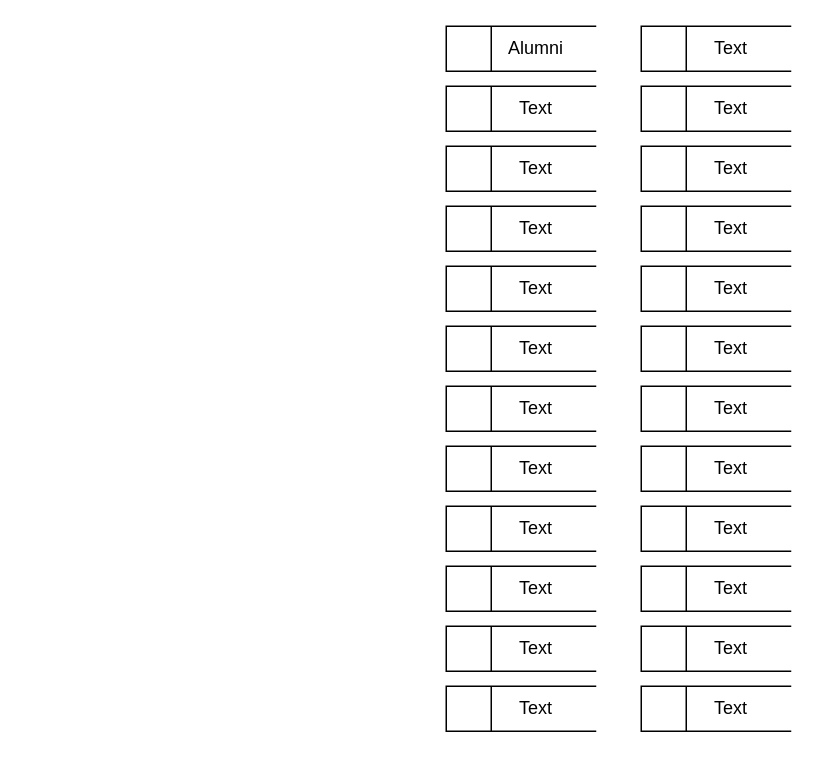
Before: dfdnew.drawio in Jayrou12345/Flowchart, a draw.io diagram. Source tidied: cells renumbered, new cells numbered last; positions are measured from the earlier drawing's top-left corner, leaving out a move shared by most shapes. Both pictures are drawn from the tidied source at 150%, with x=0, y=0 at pixel (446, 26).
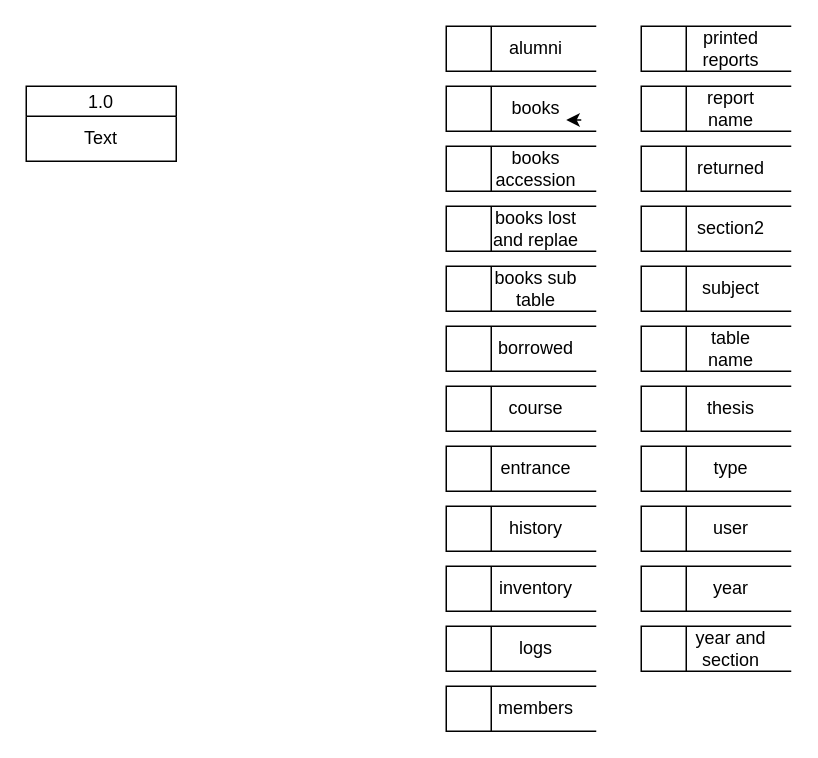
The same page after the edit.

Change to the diagram source:
```diff
@@
-    <mxCell id="3" value="Alumni" style="text;html=1;strokeColor=none;fillColor=none;align=center;verticalAlign=middle;whiteSpace=wrap;rounded=0;" parent="1" vertex="1">
+    <mxCell id="3" value="alumni" style="text;html=1;strokeColor=none;fillColor=none;align=center;verticalAlign=middle;whiteSpace=wrap;rounded=0;" parent="1" vertex="1">
       <mxGeometry x="30" width="60" height="30" as="geometry" />
     </mxCell>
@@
-    <mxCell id="5" value="Text" style="text;html=1;strokeColor=none;fillColor=none;align=center;verticalAlign=middle;whiteSpace=wrap;rounded=0;" parent="1" vertex="1">
+    <mxCell id="5" value="books" style="text;html=1;strokeColor=none;fillColor=none;align=center;verticalAlign=middle;whiteSpace=wrap;rounded=0;" parent="1" vertex="1">
       <mxGeometry x="30" y="40" width="60" height="30" as="geometry" />
     </mxCell>
@@
-    <mxCell id="7" value="Text" style="text;html=1;strokeColor=none;fillColor=none;align=center;verticalAlign=middle;whiteSpace=wrap;rounded=0;" parent="1" vertex="1">
+    <mxCell id="7" value="books accession" style="text;html=1;strokeColor=none;fillColor=none;align=center;verticalAlign=middle;whiteSpace=wrap;rounded=0;" parent="1" vertex="1">
       <mxGeometry x="30" y="80" width="60" height="30" as="geometry" />
     </mxCell>
@@
-    <mxCell id="9" value="Text" style="text;html=1;strokeColor=none;fillColor=none;align=center;verticalAlign=middle;whiteSpace=wrap;rounded=0;" parent="1" vertex="1">
-      <mxGeometry x="30" y="120" width="60" height="30" as="geometry" />
-    </mxCell>
@@
-    <mxCell id="11" value="Text" style="text;html=1;strokeColor=none;fillColor=none;align=center;verticalAlign=middle;whiteSpace=wrap;rounded=0;" parent="1" vertex="1">
+    <mxCell id="11" value="books sub table" style="text;html=1;strokeColor=none;fillColor=none;align=center;verticalAlign=middle;whiteSpace=wrap;rounded=0;" parent="1" vertex="1">
       <mxGeometry x="30" y="160" width="60" height="30" as="geometry" />
     </mxCell>
@@
-    <mxCell id="13" value="Text" style="text;html=1;strokeColor=none;fillColor=none;align=center;verticalAlign=middle;whiteSpace=wrap;rounded=0;" parent="1" vertex="1">
+    <mxCell id="13" value="borrowed" style="text;html=1;strokeColor=none;fillColor=none;align=center;verticalAlign=middle;whiteSpace=wrap;rounded=0;" parent="1" vertex="1">
       <mxGeometry x="30" y="200" width="60" height="30" as="geometry" />
     </mxCell>
@@
-    <mxCell id="15" value="Text" style="text;html=1;strokeColor=none;fillColor=none;align=center;verticalAlign=middle;whiteSpace=wrap;rounded=0;" parent="1" vertex="1">
+    <mxCell id="15" value="course" style="text;html=1;strokeColor=none;fillColor=none;align=center;verticalAlign=middle;whiteSpace=wrap;rounded=0;" parent="1" vertex="1">
       <mxGeometry x="30" y="240" width="60" height="30" as="geometry" />
     </mxCell>
@@
-    <mxCell id="17" value="Text" style="text;html=1;strokeColor=none;fillColor=none;align=center;verticalAlign=middle;whiteSpace=wrap;rounded=0;" parent="1" vertex="1">
+    <mxCell id="17" value="entrance" style="text;html=1;strokeColor=none;fillColor=none;align=center;verticalAlign=middle;whiteSpace=wrap;rounded=0;" parent="1" vertex="1">
       <mxGeometry x="30" y="280" width="60" height="30" as="geometry" />
     </mxCell>
@@
-    <mxCell id="19" value="Text" style="text;html=1;strokeColor=none;fillColor=none;align=center;verticalAlign=middle;whiteSpace=wrap;rounded=0;" parent="1" vertex="1">
+    <mxCell id="19" value="history" style="text;html=1;strokeColor=none;fillColor=none;align=center;verticalAlign=middle;whiteSpace=wrap;rounded=0;" parent="1" vertex="1">
       <mxGeometry x="30" y="320" width="60" height="30" as="geometry" />
     </mxCell>
@@
-    <mxCell id="21" value="Text" style="text;html=1;strokeColor=none;fillColor=none;align=center;verticalAlign=middle;whiteSpace=wrap;rounded=0;" parent="1" vertex="1">
+    <mxCell id="21" value="inventory" style="text;html=1;strokeColor=none;fillColor=none;align=center;verticalAlign=middle;whiteSpace=wrap;rounded=0;" parent="1" vertex="1">
       <mxGeometry x="30" y="360" width="60" height="30" as="geometry" />
     </mxCell>
@@
-    <mxCell id="23" value="Text" style="text;html=1;strokeColor=none;fillColor=none;align=center;verticalAlign=middle;whiteSpace=wrap;rounded=0;" parent="1" vertex="1">
+    <mxCell id="23" value="logs" style="text;html=1;strokeColor=none;fillColor=none;align=center;verticalAlign=middle;whiteSpace=wrap;rounded=0;" parent="1" vertex="1">
       <mxGeometry x="30" y="400" width="60" height="30" as="geometry" />
     </mxCell>
@@
-    <mxCell id="25" value="Text" style="text;html=1;strokeColor=none;fillColor=none;align=center;verticalAlign=middle;whiteSpace=wrap;rounded=0;" parent="1" vertex="1">
+    <mxCell id="25" value="members" style="text;html=1;strokeColor=none;fillColor=none;align=center;verticalAlign=middle;whiteSpace=wrap;rounded=0;" parent="1" vertex="1">
       <mxGeometry x="30" y="440" width="60" height="30" as="geometry" />
     </mxCell>
@@
-    <mxCell id="27" value="Text" style="text;html=1;strokeColor=none;fillColor=none;align=center;verticalAlign=middle;whiteSpace=wrap;rounded=0;" parent="1" vertex="1">
+    <mxCell id="27" value="printed reports" style="text;html=1;strokeColor=none;fillColor=none;align=center;verticalAlign=middle;whiteSpace=wrap;rounded=0;" parent="1" vertex="1">
       <mxGeometry x="160" width="60" height="30" as="geometry" />
     </mxCell>
@@
-    <mxCell id="29" value="Text" style="text;html=1;strokeColor=none;fillColor=none;align=center;verticalAlign=middle;whiteSpace=wrap;rounded=0;" parent="1" vertex="1">
+    <mxCell id="29" value="report name" style="text;html=1;strokeColor=none;fillColor=none;align=center;verticalAlign=middle;whiteSpace=wrap;rounded=0;" parent="1" vertex="1">
       <mxGeometry x="160" y="40" width="60" height="30" as="geometry" />
     </mxCell>
@@
-    <mxCell id="31" value="Text" style="text;html=1;strokeColor=none;fillColor=none;align=center;verticalAlign=middle;whiteSpace=wrap;rounded=0;" parent="1" vertex="1">
+    <mxCell id="31" value="returned" style="text;html=1;strokeColor=none;fillColor=none;align=center;verticalAlign=middle;whiteSpace=wrap;rounded=0;" parent="1" vertex="1">
       <mxGeometry x="160" y="80" width="60" height="30" as="geometry" />
     </mxCell>
@@
-    <mxCell id="33" value="Text" style="text;html=1;strokeColor=none;fillColor=none;align=center;verticalAlign=middle;whiteSpace=wrap;rounded=0;" parent="1" vertex="1">
+    <mxCell id="33" value="section2" style="text;html=1;strokeColor=none;fillColor=none;align=center;verticalAlign=middle;whiteSpace=wrap;rounded=0;" parent="1" vertex="1">
       <mxGeometry x="160" y="120" width="60" height="30" as="geometry" />
     </mxCell>
@@
-    <mxCell id="35" value="Text" style="text;html=1;strokeColor=none;fillColor=none;align=center;verticalAlign=middle;whiteSpace=wrap;rounded=0;" parent="1" vertex="1">
+    <mxCell id="35" value="subject" style="text;html=1;strokeColor=none;fillColor=none;align=center;verticalAlign=middle;whiteSpace=wrap;rounded=0;" parent="1" vertex="1">
       <mxGeometry x="160" y="160" width="60" height="30" as="geometry" />
     </mxCell>
@@
-    <mxCell id="37" value="Text" style="text;html=1;strokeColor=none;fillColor=none;align=center;verticalAlign=middle;whiteSpace=wrap;rounded=0;" parent="1" vertex="1">
+    <mxCell id="37" value="table name" style="text;html=1;strokeColor=none;fillColor=none;align=center;verticalAlign=middle;whiteSpace=wrap;rounded=0;" parent="1" vertex="1">
       <mxGeometry x="160" y="200" width="60" height="30" as="geometry" />
     </mxCell>
@@
-    <mxCell id="39" value="Text" style="text;html=1;strokeColor=none;fillColor=none;align=center;verticalAlign=middle;whiteSpace=wrap;rounded=0;" parent="1" vertex="1">
+    <mxCell id="39" value="thesis" style="text;html=1;strokeColor=none;fillColor=none;align=center;verticalAlign=middle;whiteSpace=wrap;rounded=0;" parent="1" vertex="1">
       <mxGeometry x="160" y="240" width="60" height="30" as="geometry" />
     </mxCell>
@@
-    <mxCell id="41" value="Text" style="text;html=1;strokeColor=none;fillColor=none;align=center;verticalAlign=middle;whiteSpace=wrap;rounded=0;" parent="1" vertex="1">
+    <mxCell id="41" value="type" style="text;html=1;strokeColor=none;fillColor=none;align=center;verticalAlign=middle;whiteSpace=wrap;rounded=0;" parent="1" vertex="1">
       <mxGeometry x="160" y="280" width="60" height="30" as="geometry" />
     </mxCell>
@@
-    <mxCell id="43" value="Text" style="text;html=1;strokeColor=none;fillColor=none;align=center;verticalAlign=middle;whiteSpace=wrap;rounded=0;" parent="1" vertex="1">
+    <mxCell id="43" value="user" style="text;html=1;strokeColor=none;fillColor=none;align=center;verticalAlign=middle;whiteSpace=wrap;rounded=0;" parent="1" vertex="1">
       <mxGeometry x="160" y="320" width="60" height="30" as="geometry" />
     </mxCell>
@@
-    <mxCell id="45" value="Text" style="text;html=1;strokeColor=none;fillColor=none;align=center;verticalAlign=middle;whiteSpace=wrap;rounded=0;" parent="1" vertex="1">
+    <mxCell id="45" value="year" style="text;html=1;strokeColor=none;fillColor=none;align=center;verticalAlign=middle;whiteSpace=wrap;rounded=0;" parent="1" vertex="1">
       <mxGeometry x="160" y="360" width="60" height="30" as="geometry" />
     </mxCell>
@@
-    <mxCell id="47" value="Text" style="text;html=1;strokeColor=none;fillColor=none;align=center;verticalAlign=middle;whiteSpace=wrap;rounded=0;" parent="1" vertex="1">
+    <mxCell id="47" value="year and section" style="text;html=1;strokeColor=none;fillColor=none;align=center;verticalAlign=middle;whiteSpace=wrap;rounded=0;" parent="1" vertex="1">
       <mxGeometry x="160" y="400" width="60" height="30" as="geometry" />
     </mxCell>
-    <mxCell id="48" style="html=1;dashed=0;whiteSpace=wrap;shape=mxgraph.dfd.dataStoreID;align=left;spacingLeft=3;" parent="1" vertex="1">
-      <mxGeometry x="130" y="440" width="100" height="30" as="geometry" />
-    </mxCell>
-    <mxCell id="49" value="Text" style="text;html=1;strokeColor=none;fillColor=none;align=center;verticalAlign=middle;whiteSpace=wrap;rounded=0;" parent="1" vertex="1">
-      <mxGeometry x="160" y="440" width="60" height="30" as="geometry" />
-    </mxCell>
+    <mxCell id="50" style="edgeStyle=orthogonalEdgeStyle;rounded=0;orthogonalLoop=1;jettySize=auto;html=1;exitX=1;exitY=0.75;exitDx=0;exitDy=0;entryX=0.833;entryY=0.767;entryDx=0;entryDy=0;entryPerimeter=0;" parent="1" edge="1" source="5" target="5">
+      <mxGeometry relative="1" as="geometry" />
+    </mxCell>
+    <mxCell id="51" value="books lost and replae" style="text;html=1;strokeColor=none;fillColor=none;align=center;verticalAlign=middle;whiteSpace=wrap;rounded=0;" parent="1" vertex="1">
+      <mxGeometry x="30" y="120" width="60" height="30" as="geometry" />
+    </mxCell>
+    <mxCell id="52" value="1.0" style="swimlane;fontStyle=0;horizontal=1;startSize=20;fillColor=#ffffff;swimlaneFillColor=#ffffff;" parent="1" vertex="1">
+      <mxGeometry x="-280" y="40" width="100" height="50" as="geometry" />
+    </mxCell>
+    <mxCell id="53" value="Text" style="text;html=1;strokeColor=none;fillColor=none;align=center;verticalAlign=middle;whiteSpace=wrap;rounded=0;" parent="52" vertex="1">
+      <mxGeometry y="20" width="100" height="30" as="geometry" />
+    </mxCell>
```
